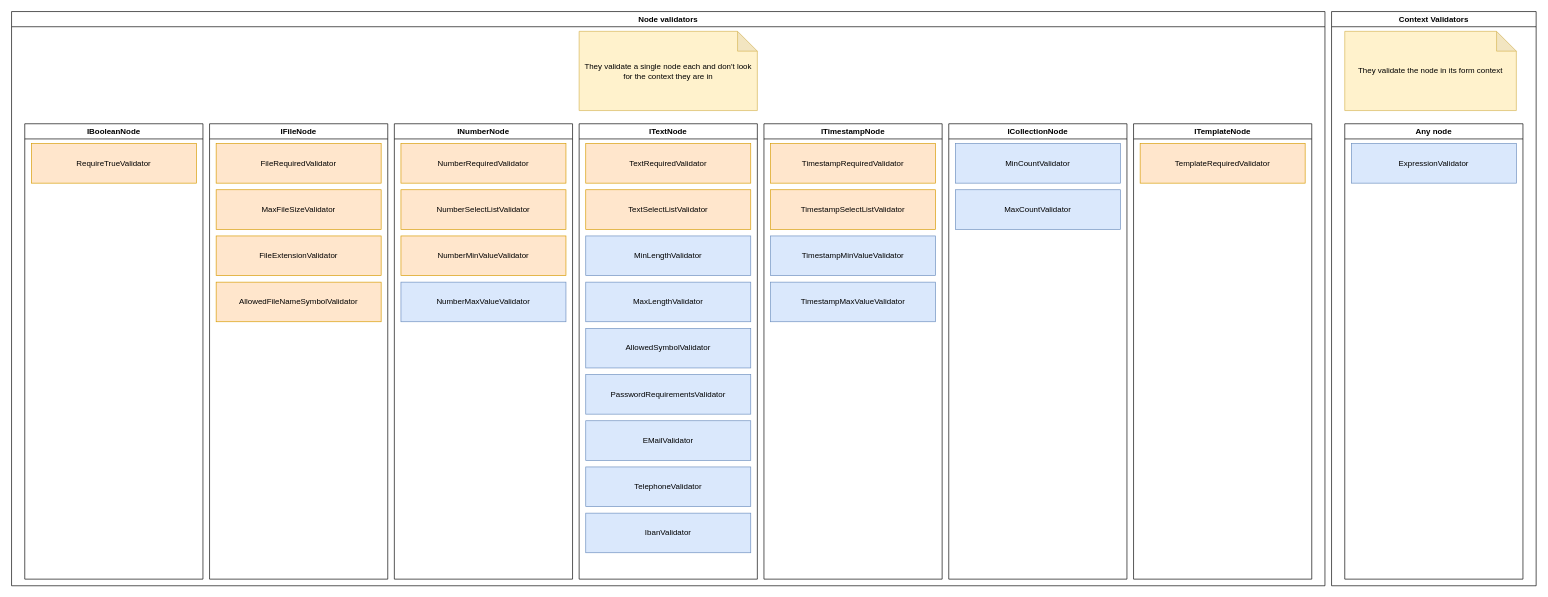
The draw.io diagram doc/forms-concept/validators.drawio in RGXStorm281/common, before the edit. Source tidied: cells renumbered, new cells numbered last; positions are measured from the earlier drawing's top-left corner, leaving out a move shared by most shapes. Both pictures are drawn from the tidied source at 66%, with x=0, y=0 at pixel (11, 11).
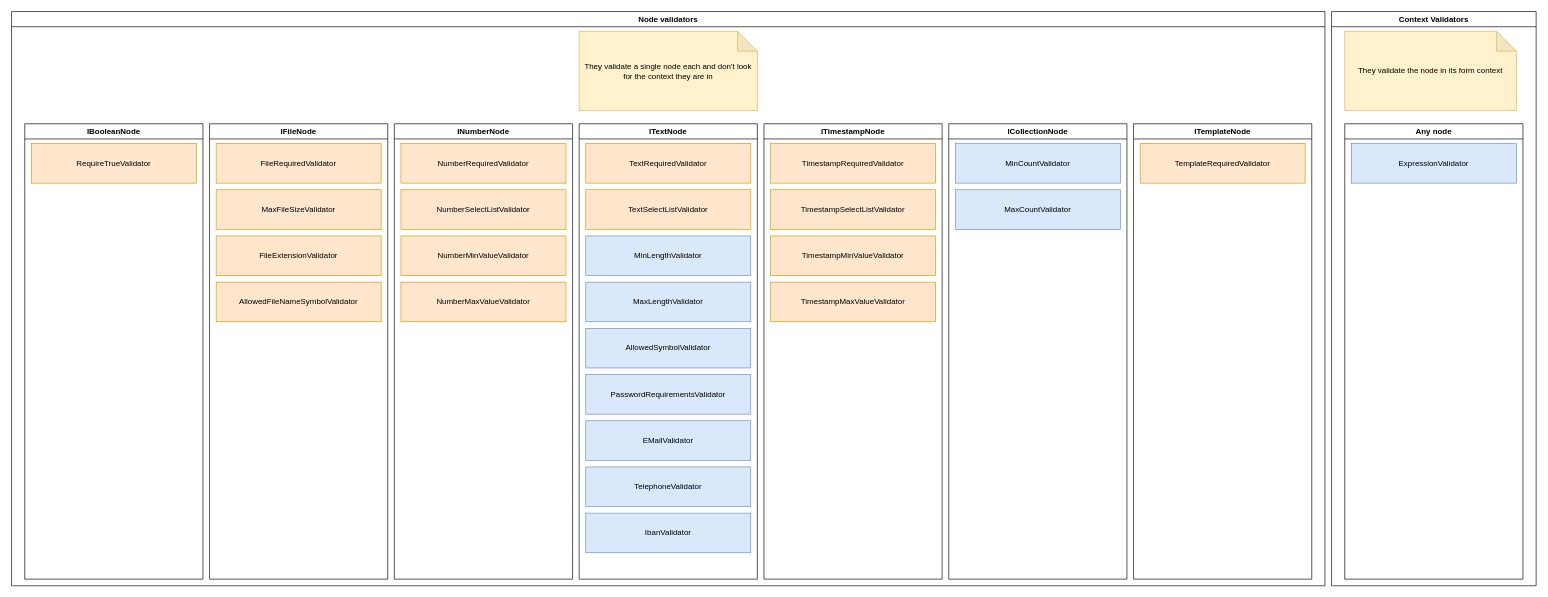
The same page after the edit.

Commit message (it also covers changes not shown here):
Tests for (dependent) timestamp min/max value validators

Unchanged cells that the change refers to:
```xml
<mxCell id="11" value="INumberNode" style="swimlane;whiteSpace=wrap;html=1;" parent="2" vertex="1">
  <mxGeometry x="580" y="170" width="270" height="690" as="geometry" />
</mxCell>
<mxCell id="26" value="ITimestampNode" style="swimlane;whiteSpace=wrap;html=1;" parent="2" vertex="1">
  <mxGeometry x="1140" y="170" width="270" height="690" as="geometry" />
</mxCell>
```

Diff of the diagram source:
```diff
@@
-    <mxCell id="13" value="NumberMaxValueValidator" style="rounded=0;whiteSpace=wrap;html=1;fillColor=#dae8fc;strokeColor=#6c8ebf;" parent="11" vertex="1">
+    <mxCell id="13" value="NumberMaxValueValidator" style="rounded=0;whiteSpace=wrap;html=1;fillColor=#ffe6cc;strokeColor=#d79b00;" parent="11" vertex="1">
       <mxGeometry x="10" y="240" width="250" height="60" as="geometry" />
     </mxCell>
@@
-    <mxCell id="28" value="TimestampMinValueValidator" style="rounded=0;whiteSpace=wrap;html=1;fillColor=#dae8fc;strokeColor=#6c8ebf;" parent="26" vertex="1">
+    <mxCell id="28" value="TimestampMinValueValidator" style="rounded=0;whiteSpace=wrap;html=1;fillColor=#ffe6cc;strokeColor=#d79b00;" parent="26" vertex="1">
       <mxGeometry x="10" y="170" width="250" height="60" as="geometry" />
     </mxCell>
-    <mxCell id="29" value="TimestampMaxValueValidator" style="rounded=0;whiteSpace=wrap;html=1;fillColor=#dae8fc;strokeColor=#6c8ebf;" parent="26" vertex="1">
+    <mxCell id="29" value="TimestampMaxValueValidator" style="rounded=0;whiteSpace=wrap;html=1;fillColor=#ffe6cc;strokeColor=#d79b00;" parent="26" vertex="1">
       <mxGeometry x="10" y="240" width="250" height="60" as="geometry" />
     </mxCell>
```
